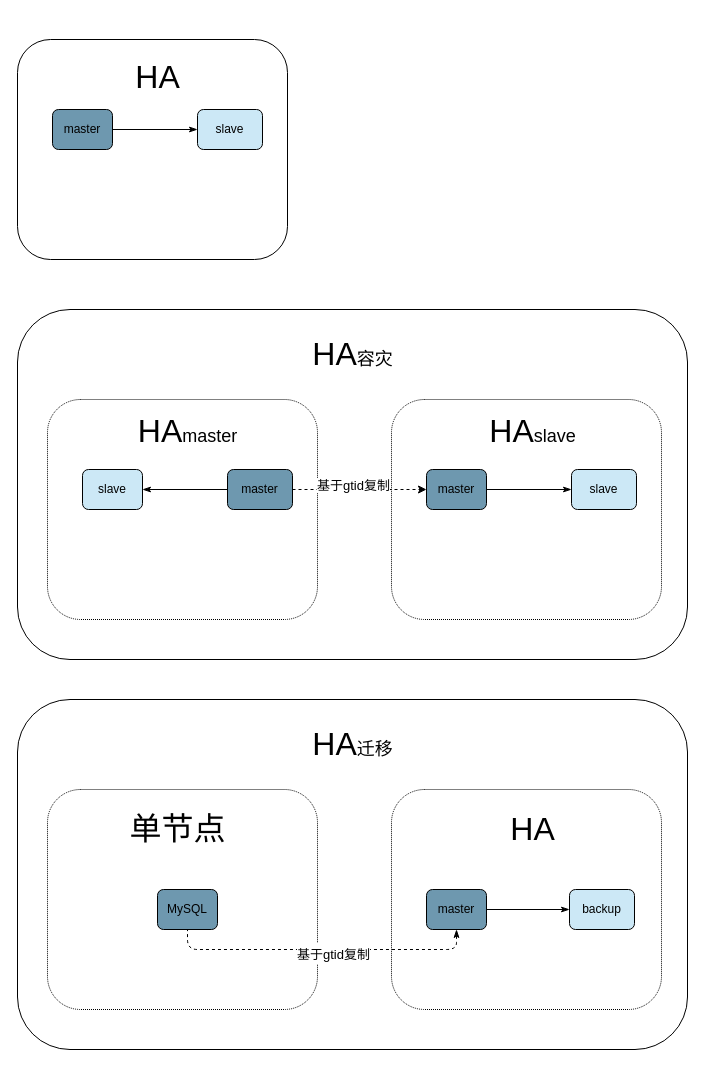
This is page "MySQL-HA" (1 of 8) of dbscan/dbscan.drawio from maopashui/drawio, a draw.io file, before an edit. Source tidied: cells renumbered, new cells numbered last; positions are measured from the earlier drawing's top-left corner, leaving out a move shared by most shapes. Both pictures are drawn from the tidied source at 100%, with x=0, y=0 at pixel (17, 17).
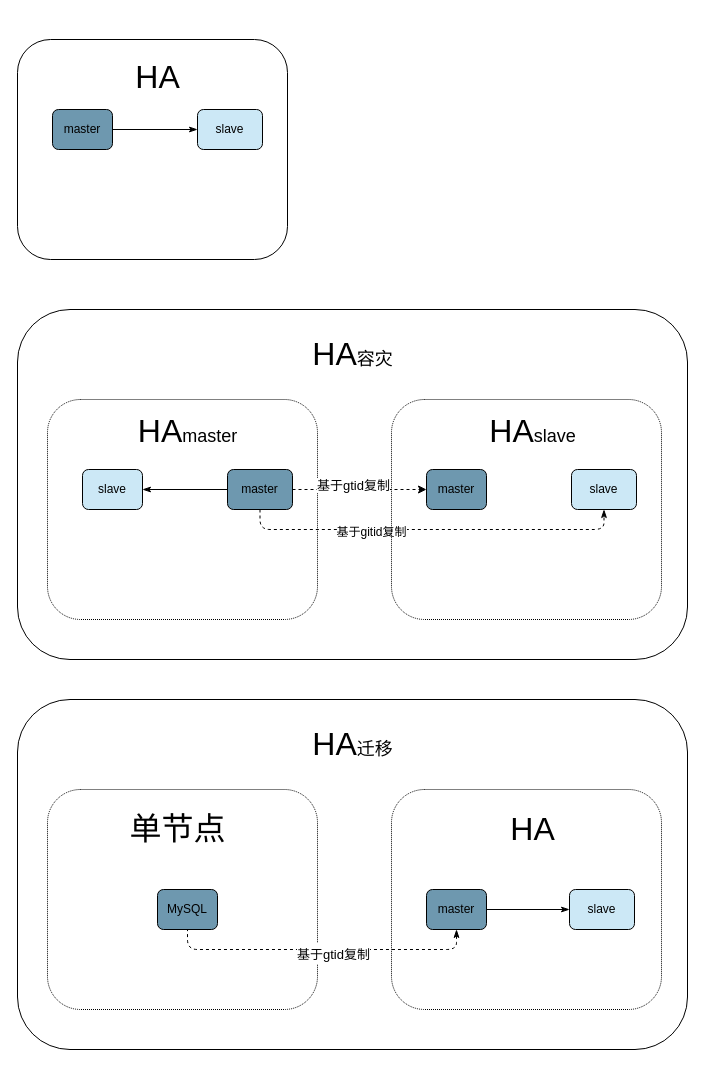
The same page after the edit.

Unchanged cells that the change refers to:
```xml
<mxCell id="13" value="master" style="rounded=1;whiteSpace=wrap;html=1;glass=0;fillColor=#6E98AF;" parent="1" vertex="1">
  <mxGeometry x="210" y="452" width="65" height="40" as="geometry" />
</mxCell>
<mxCell id="17" value="master" style="rounded=1;whiteSpace=wrap;html=1;glass=0;fillColor=#6E98AF;" parent="1" vertex="1">
  <mxGeometry x="409" y="452" width="60" height="40" as="geometry" />
</mxCell>
<mxCell id="18" value="slave" style="rounded=1;whiteSpace=wrap;html=1;glass=0;fillColor=#CCE8F6;" parent="1" vertex="1">
  <mxGeometry x="554" y="452" width="65" height="40" as="geometry" />
</mxCell>
```

The edit, as a diff of the source:
```diff
@@
+    <mxCell id="33" style="edgeStyle=orthogonalEdgeStyle;jettySize=auto;html=1;entryX=0.5;entryY=1;entryDx=0;entryDy=0;fontSize=18;startArrow=none;startFill=0;endArrow=classicThin;endFill=1;dashed=1;rounded=1;" parent="1" edge="1" source="13" target="18">
+      <mxGeometry relative="1" as="geometry">
+        <Array as="points">
+          <mxPoint x="243" y="512" />
+          <mxPoint x="587" y="512" />
+        </Array>
+      </mxGeometry>
+    </mxCell>
+    <mxCell id="34" value="&lt;font style=&quot;font-size: 12px;&quot;&gt;基于gitid复制&lt;/font&gt;" style="edgeLabel;html=1;align=center;verticalAlign=middle;fontSize=18;" parent="33" vertex="1">
+      <mxGeometry x="-0.32" relative="1" as="geometry" />
+    </mxCell>
@@
-    <mxCell id="16" style="edgeStyle=orthogonalEdgeStyle;rounded=0;jettySize=auto;html=1;fontSize=18;startArrow=none;startFill=0;endArrow=classicThin;endFill=1;" parent="1" edge="1" source="17" target="18">
-      <mxGeometry relative="1" as="geometry" />
-    </mxCell>
@@
-    <mxCell id="19" value="&lt;p style=&quot;&quot;&gt;&lt;span style=&quot;font-size: 32px;&quot;&gt;HA&lt;/span&gt;&lt;font style=&quot;font-size: 18px;&quot;&gt;slave&lt;/font&gt;&lt;/p&gt;" style="text;html=1;align=center;verticalAlign=middle;rounded=0;glass=0;fillStyle=auto;rotation=0;fontSize=32;" parent="1" vertex="1">
+    <mxCell id="19" value="&lt;p style=&quot;&quot;&gt;&lt;span style=&quot;font-size: 32px;&quot;&gt;HA&lt;/span&gt;&lt;font style=&quot;font-size: 18px;&quot;&gt;slave&lt;/font&gt;&lt;/p&gt;" style="text;html=1;align=center;verticalAlign=middle;rounded=0;glass=0;fillStyle=auto;rotation=0;fontSize=32;fillColor=none;" parent="1" vertex="1">
       <mxGeometry x="462.5" y="357" width="105" height="114" as="geometry" />
     </mxCell>
@@
-    <mxCell id="30" value="backup" style="rounded=1;whiteSpace=wrap;html=1;glass=0;fillColor=#CCE8F6;" parent="1" vertex="1">
+    <mxCell id="30" value="slave" style="rounded=1;whiteSpace=wrap;html=1;glass=0;fillColor=#CCE8F6;" parent="1" vertex="1">
       <mxGeometry x="552" y="872" width="65" height="40" as="geometry" />
     </mxCell>
```
